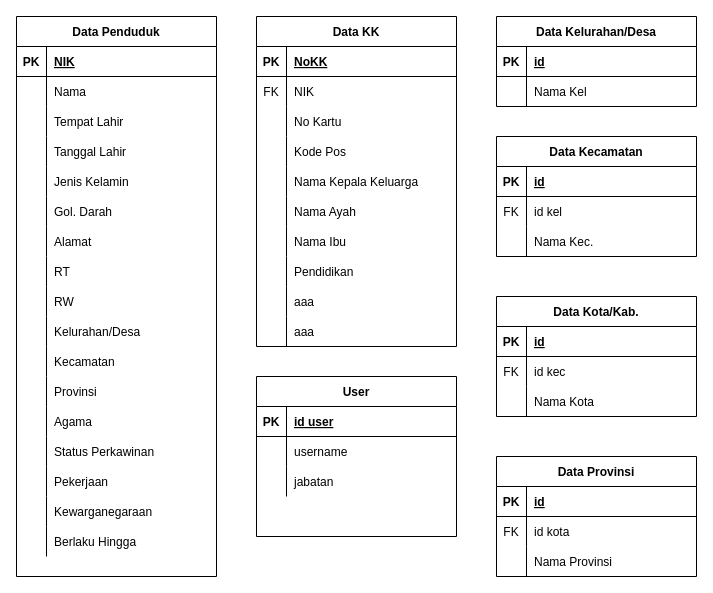
elzackq/Praxis-Academy keeps this draw.io diagram as page "Tabel" (1 of 3) of novice/Sistem Kependudukan/Sistem Kependudukan.drawio. Above is the earlier version. Source tidied: cells renumbered, new cells numbered last; positions are measured from the earlier drawing's top-left corner, leaving out a move shared by most shapes. Both pictures are drawn from the tidied source at 100%, with x=0, y=0 at pixel (16, 16).
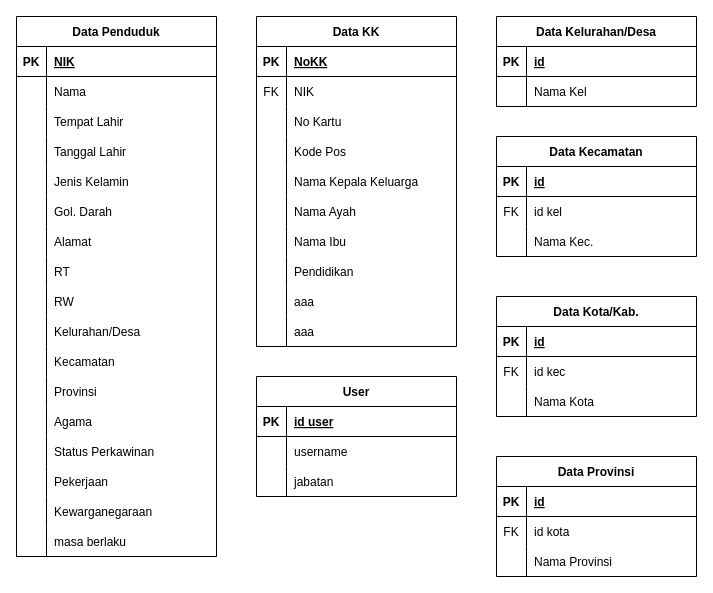
The same page after the edit.

The change refers to these unchanged cells:
```xml
<mxCell id="51" style="shape=partialRectangle;fillColor=none;top=0;left=0;bottom=0;right=0;" parent="2" vertex="1">
  <mxGeometry y="510" width="200" height="30" as="geometry" />
</mxCell>
```

Diff of the diagram source:
```diff
@@
     <mxCell id="2" value="Data Penduduk" style="shape=table;startSize=30;childLayout=tableLayout;rowLines=0;fontStyle=1;align=center;" parent="1" vertex="1">
-      <mxGeometry width="200" height="560" as="geometry" />
+      <mxGeometry width="200" height="540" as="geometry" />
     </mxCell>
@@
-    <mxCell id="53" value="Berlaku Hingga" style="shape=partialRectangle;fillColor=none;top=0;left=0;bottom=0;right=0;align=left;spacingLeft=6;overflow=hidden;" parent="51" vertex="1">
+    <mxCell id="53" value="masa berlaku" style="shape=partialRectangle;fillColor=none;top=0;left=0;bottom=0;right=0;align=left;spacingLeft=6;overflow=hidden;" parent="51" vertex="1">
       <mxGeometry x="30" width="170" height="30" as="geometry" />
     </mxCell>
@@
     <mxCell id="122" value="User" style="shape=table;startSize=30;childLayout=tableLayout;rowLines=0;fontStyle=1;align=center;" parent="1" vertex="1">
-      <mxGeometry x="240" y="360" width="200" height="160" as="geometry" />
+      <mxGeometry x="240" y="360" width="200" height="120" as="geometry" />
     </mxCell>
```
